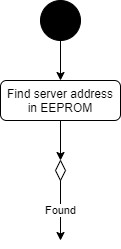
This is activity.png from Viquiz/ClientDriver, a draw.io export, as it was before one commit. Source tidied: cells renumbered, new cells last; positions are measured from the earlier drawing's top-left corner, leaving out a move shared by most shapes.
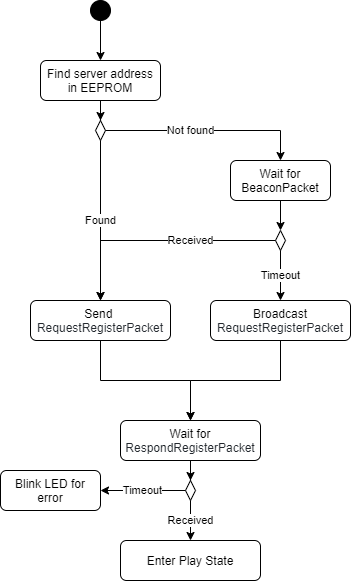
After the commit.

The edit, as a diff of the source:
```diff
@@ -6,21 +6,70 @@
       <mxGeometry relative="1" as="geometry" />
     </mxCell>
     <mxCell id="3" style="ellipse;whiteSpace=wrap;html=1;fillColor=#000000;" parent="1" vertex="1">
-      <mxGeometry x="40" width="40" height="40" as="geometry" />
+      <mxGeometry x="10" y="-20" width="20" height="20" as="geometry" />
     </mxCell>
     <mxCell id="4" style="edgeStyle=orthogonalEdgeStyle;rounded=0;jettySize=auto;html=1;" parent="1" edge="1" source="5" target="7">
       <mxGeometry relative="1" as="geometry" />
     </mxCell>
     <mxCell id="5" value="Find server address in EEPROM" style="rounded=1;whiteSpace=wrap;html=1;fillColor=none;" parent="1" vertex="1">
-      <mxGeometry y="80" width="120" height="40" as="geometry" />
+      <mxGeometry x="-40" y="40" width="120" height="40" as="geometry" />
     </mxCell>
-    <mxCell id="6" value="Found" style="edgeStyle=orthogonalEdgeStyle;rounded=0;jettySize=auto;html=1;" parent="1" edge="1" source="7">
-      <mxGeometry relative="1" as="geometry">
-        <mxPoint x="60" y="240" as="targetPoint" />
-      </mxGeometry>
+    <mxCell id="6" value="Found" style="edgeStyle=orthogonalEdgeStyle;rounded=0;jettySize=auto;html=1;" parent="1" edge="1" source="7" target="10">
+      <mxGeometry relative="1" as="geometry" />
     </mxCell>
+    <mxCell id="8" value="Not found" style="edgeStyle=orthogonalEdgeStyle;rounded=0;jettySize=auto;html=1;" parent="1" edge="1" source="7" target="12">
+      <mxGeometry x="-0.17" relative="1" as="geometry" />
+    </mxCell>
     <mxCell id="7" style="rhombus;whiteSpace=wrap;html=1;fillColor=none;" parent="1" vertex="1">
-      <mxGeometry x="55" y="160" width="10" height="20" as="geometry" />
+      <mxGeometry x="15" y="100" width="10" height="20" as="geometry" />
     </mxCell>
+    <mxCell id="9" style="edgeStyle=orthogonalEdgeStyle;rounded=0;jettySize=auto;html=1;" parent="1" edge="1" source="10" target="19">
+      <mxGeometry relative="1" as="geometry" />
+    </mxCell>
+    <mxCell id="10" value="Send&amp;nbsp;&lt;br&gt;&lt;span style=&quot;color: rgb(36 , 41 , 47) ; font-family: , , &amp;#34;sf mono&amp;#34; , &amp;#34;menlo&amp;#34; , &amp;#34;consolas&amp;#34; , &amp;#34;liberation mono&amp;#34; , monospace ; background-color: rgb(255 , 255 , 255)&quot;&gt;RequestRegisterPacket &lt;/span&gt;" style="rounded=1;whiteSpace=wrap;html=1;fillColor=none;" parent="1" vertex="1">
+      <mxGeometry x="-50" y="280" width="140" height="40" as="geometry" />
+    </mxCell>
+    <mxCell id="11" style="edgeStyle=orthogonalEdgeStyle;rounded=0;jettySize=auto;html=1;entryX=0.5;entryY=0;entryDx=0;entryDy=0;" parent="1" edge="1" source="12" target="15">
+      <mxGeometry relative="1" as="geometry" />
+    </mxCell>
+    <mxCell id="12" value="Wait for&lt;br&gt;BeaconPacket" style="rounded=1;whiteSpace=wrap;html=1;fillColor=none;" parent="1" vertex="1">
+      <mxGeometry x="150" y="140" width="100" height="40" as="geometry" />
+    </mxCell>
+    <mxCell id="13" value="Received" style="edgeStyle=orthogonalEdgeStyle;rounded=0;jettySize=auto;html=1;" parent="1" edge="1" source="15" target="10">
+      <mxGeometry x="-0.28" relative="1" as="geometry" />
+    </mxCell>
+    <mxCell id="14" value="Timeout" style="edgeStyle=orthogonalEdgeStyle;rounded=0;jettySize=auto;html=1;" parent="1" edge="1" source="15" target="17">
+      <mxGeometry relative="1" as="geometry" />
+    </mxCell>
+    <mxCell id="15" style="rhombus;whiteSpace=wrap;html=1;fillColor=none;" parent="1" vertex="1">
+      <mxGeometry x="195" y="210" width="10" height="20" as="geometry" />
+    </mxCell>
+    <mxCell id="16" style="edgeStyle=orthogonalEdgeStyle;rounded=0;jettySize=auto;html=1;" parent="1" edge="1" source="17" target="19">
+      <mxGeometry relative="1" as="geometry" />
+    </mxCell>
+    <mxCell id="17" value="Broadcast&lt;br&gt;&lt;span style=&quot;color: rgb(36 , 41 , 47) ; background-color: rgb(255 , 255 , 255)&quot;&gt;RequestRegisterPacket&lt;/span&gt;" style="rounded=1;whiteSpace=wrap;html=1;fillColor=none;" parent="1" vertex="1">
+      <mxGeometry x="130" y="280" width="140" height="40" as="geometry" />
+    </mxCell>
+    <mxCell id="18" style="edgeStyle=orthogonalEdgeStyle;rounded=0;jettySize=auto;html=1;entryX=0.5;entryY=0;entryDx=0;entryDy=0;" parent="1" edge="1" source="19" target="22">
+      <mxGeometry relative="1" as="geometry" />
+    </mxCell>
+    <mxCell id="19" value="Wait for&lt;br&gt;&lt;span style=&quot;color: rgb(36 , 41 , 47) ; font-family: , , &amp;#34;sf mono&amp;#34; , &amp;#34;menlo&amp;#34; , &amp;#34;consolas&amp;#34; , &amp;#34;liberation mono&amp;#34; , monospace ; background-color: rgb(255 , 255 , 255)&quot;&gt;RespondRegisterPacket &lt;/span&gt;" style="rounded=1;whiteSpace=wrap;html=1;fillColor=none;" parent="1" vertex="1">
+      <mxGeometry x="40" y="400" width="140" height="40" as="geometry" />
+    </mxCell>
+    <mxCell id="20" value="Received" style="edgeStyle=orthogonalEdgeStyle;rounded=0;jettySize=auto;html=1;" parent="1" edge="1" source="22" target="23">
+      <mxGeometry relative="1" as="geometry" />
+    </mxCell>
+    <mxCell id="21" value="Timeout" style="edgeStyle=orthogonalEdgeStyle;rounded=0;jettySize=auto;html=1;" parent="1" edge="1" source="22" target="24">
+      <mxGeometry relative="1" as="geometry" />
+    </mxCell>
+    <mxCell id="22" style="rhombus;whiteSpace=wrap;html=1;fillColor=none;" parent="1" vertex="1">
+      <mxGeometry x="105" y="460" width="10" height="20" as="geometry" />
+    </mxCell>
+    <mxCell id="23" value="Enter Play State" style="rounded=1;whiteSpace=wrap;html=1;fillColor=none;" parent="1" vertex="1">
+      <mxGeometry x="40" y="520" width="140" height="40" as="geometry" />
+    </mxCell>
+    <mxCell id="24" value="Blink LED for error" style="rounded=1;whiteSpace=wrap;html=1;fillColor=none;" parent="1" vertex="1">
+      <mxGeometry x="-80" y="450" width="100" height="40" as="geometry" />
+    </mxCell>
   </root>
 </mxGraphModel>
```
